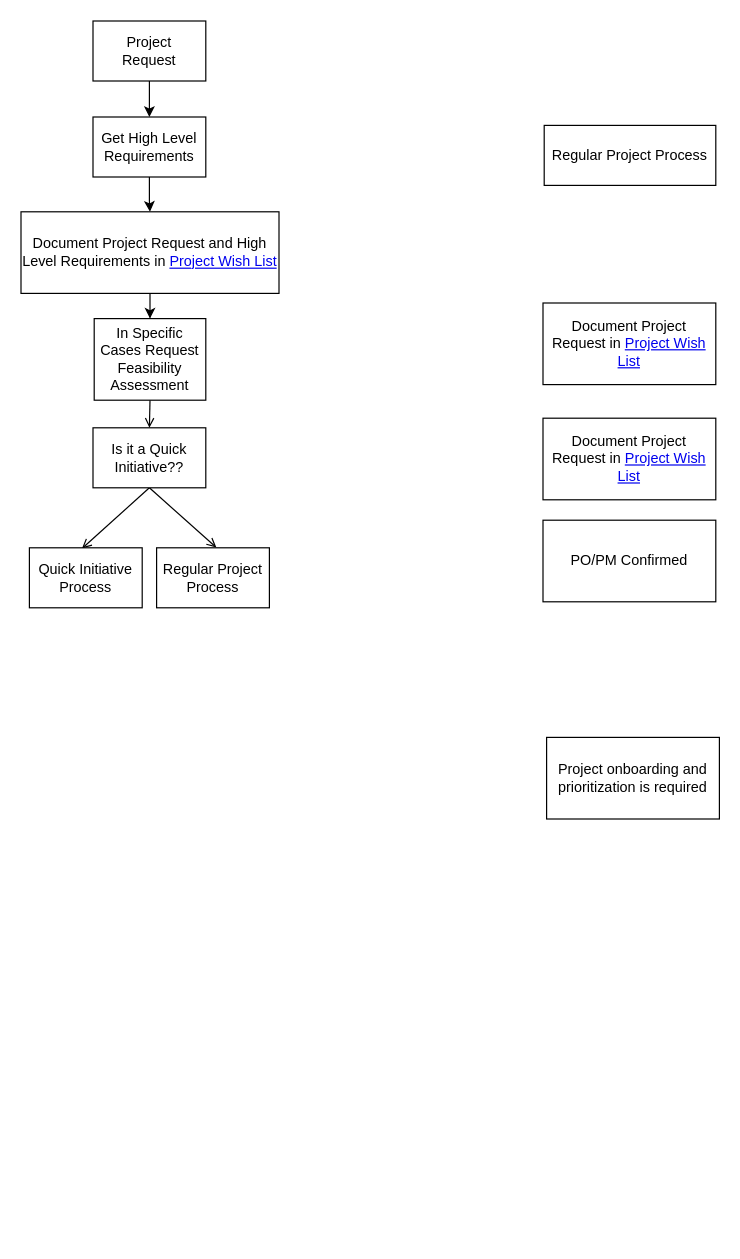
gilubilu/hello-world keeps this draw.io diagram as BPD Flow Charts.drawio. Above is the earlier version. Source tidied: cells renumbered, new cells numbered last; positions are measured from the earlier drawing's top-left corner, leaving out a move shared by most shapes. Both pictures are drawn from the tidied source at 120%, with x=0, y=0 at pixel (20, 20).
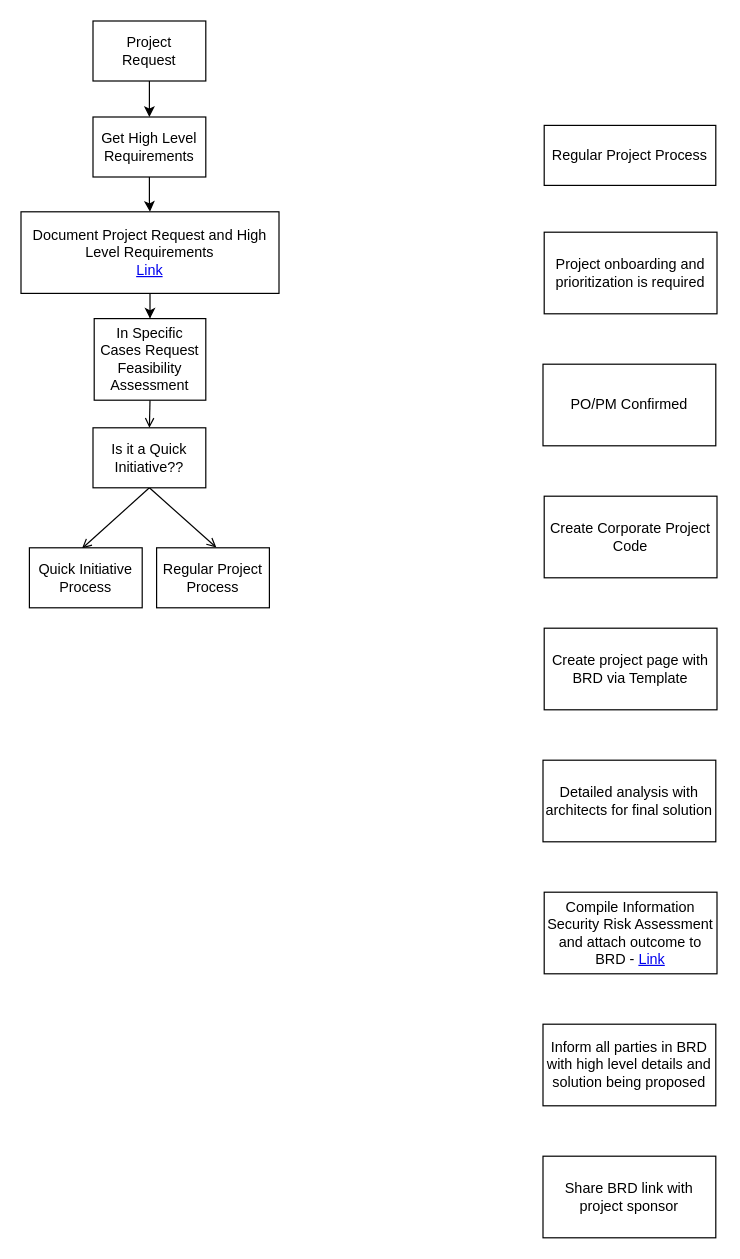
Above is the later version.

What changed in the source:
```diff
@@
-    <mxCell id="12" value="Document Project Request in &lt;a href=&quot;http://confluence.corporate.intra:8080/x/ZAHLC&quot;&gt;Project Wish List&lt;/a&gt;" style="rounded=0;whiteSpace=wrap;html=1;hachureGap=4;" parent="1" vertex="1">
-      <mxGeometry x="435" y="235" width="144" height="68" as="geometry" />
-    </mxCell>
     <mxCell id="13" value="PO/PM Confirmed" style="rounded=0;whiteSpace=wrap;html=1;hachureGap=4;" parent="1" vertex="1">
-      <mxGeometry x="435" y="416" width="144" height="68" as="geometry" />
+      <mxGeometry x="435" y="286" width="144" height="68" as="geometry" />
     </mxCell>
     <mxCell id="14" value="Project onboarding and prioritization is required" style="rounded=0;whiteSpace=wrap;html=1;hachureGap=4;" parent="1" vertex="1">
-      <mxGeometry x="438" y="597" width="144" height="68" as="geometry" />
+      <mxGeometry x="436" y="176" width="144" height="68" as="geometry" />
     </mxCell>
-    <mxCell id="15" value="Document Project Request in &lt;a href=&quot;http://confluence.corporate.intra:8080/x/ZAHLC&quot;&gt;Project Wish List&lt;/a&gt;" style="rounded=0;whiteSpace=wrap;html=1;hachureGap=4;" parent="1" vertex="1">
-      <mxGeometry x="435" y="331" width="144" height="68" as="geometry" />
-    </mxCell>
@@
-    <mxCell id="19" value="Document Project Request and High Level Requirements in &lt;a href=&quot;http://confluence.corporate.intra:8080/x/ZAHLC&quot;&gt;Project Wish List&lt;/a&gt;" style="rounded=0;whiteSpace=wrap;html=1;hachureGap=4;" parent="1" vertex="1">
+    <mxCell id="19" value="Document Project Request and High Level Requirements&lt;br&gt;&lt;a href=&quot;http://confluence.corporate.intra:8080/x/ZAHLC&quot;&gt;Link&lt;/a&gt;" style="rounded=0;whiteSpace=wrap;html=1;hachureGap=4;" parent="1" vertex="1">
       <mxGeometry y="159" width="215" height="68" as="geometry" />
     </mxCell>
+    <mxCell id="20" value="Create Corporate Project Code" style="rounded=0;whiteSpace=wrap;html=1;hachureGap=4;" parent="1" vertex="1">
+      <mxGeometry x="436" y="396" width="144" height="68" as="geometry" />
+    </mxCell>
+    <mxCell id="21" value="Create project page with BRD via Template" style="rounded=0;whiteSpace=wrap;html=1;hachureGap=4;" parent="1" vertex="1">
+      <mxGeometry x="436" y="506" width="144" height="68" as="geometry" />
+    </mxCell>
+    <mxCell id="22" value="Detailed analysis with architects for final solution" style="rounded=0;whiteSpace=wrap;html=1;hachureGap=4;" parent="1" vertex="1">
+      <mxGeometry x="435" y="616" width="144" height="68" as="geometry" />
+    </mxCell>
+    <mxCell id="23" value="Compile Information Security Risk Assessment&lt;br&gt;and attach outcome to BRD -&amp;nbsp;&lt;a href=&quot;http://confluence.corporate.intra:8080/x/NIj8Bg&quot;&gt;Link&lt;/a&gt;" style="rounded=0;whiteSpace=wrap;html=1;hachureGap=4;" parent="1" vertex="1">
+      <mxGeometry x="436" y="726" width="144" height="68" as="geometry" />
+    </mxCell>
+    <mxCell id="24" value="Inform all parties in BRD with high level details and solution being proposed" style="rounded=0;whiteSpace=wrap;html=1;hachureGap=4;" parent="1" vertex="1">
+      <mxGeometry x="435" y="836" width="144" height="68" as="geometry" />
+    </mxCell>
+    <mxCell id="25" value="Share BRD link with project sponsor" style="rounded=0;whiteSpace=wrap;html=1;hachureGap=4;" parent="1" vertex="1">
+      <mxGeometry x="435" y="946" width="144" height="68" as="geometry" />
+    </mxCell>
```
